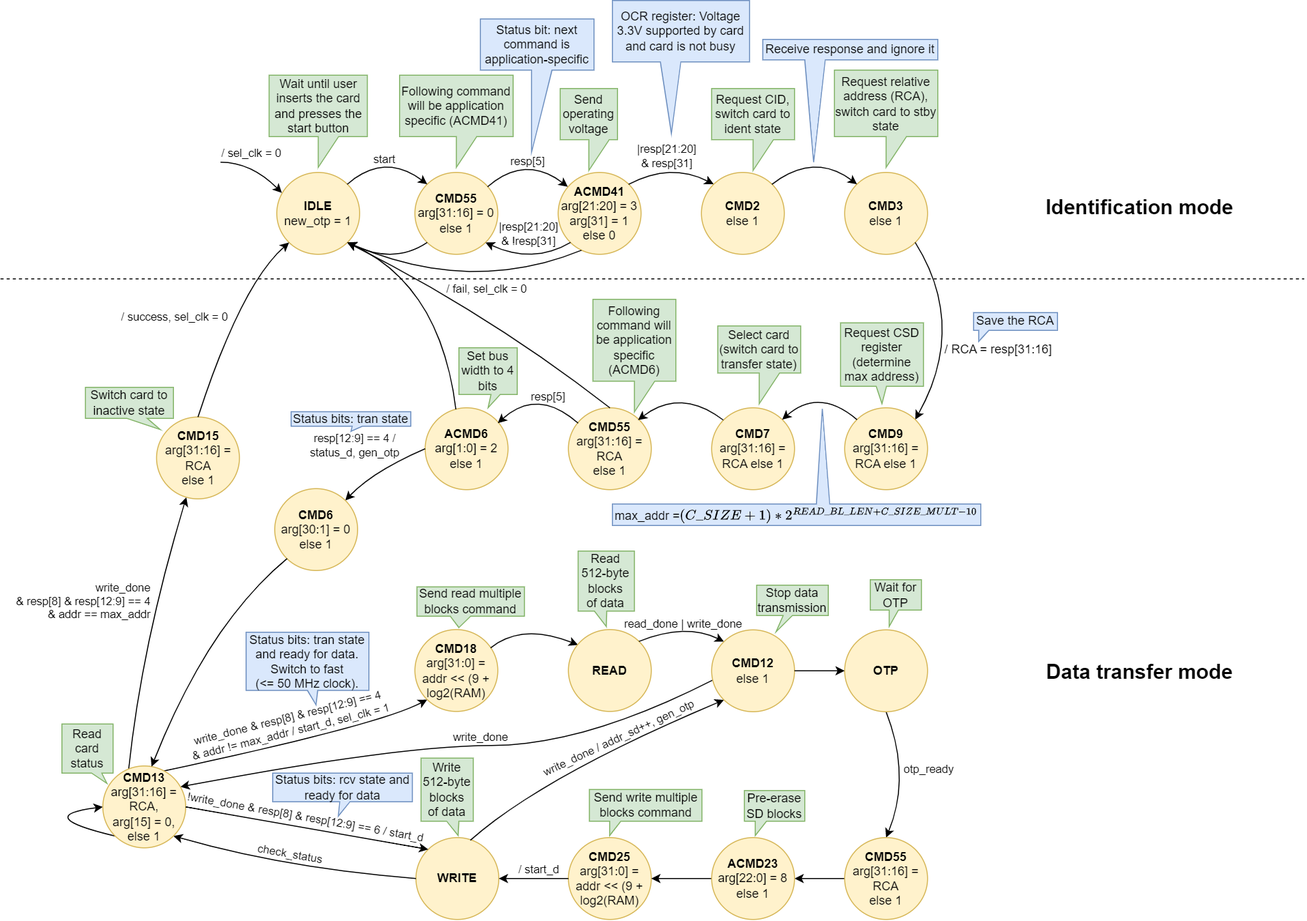
Earlier version of the draw.io export docs/SD/SD_fpga_states.png (sirazenkov/GhostSD). Source tidied: cells renumbered, new cells last; positions are measured from the earlier drawing's top-left corner, leaving out a move shared by most shapes.
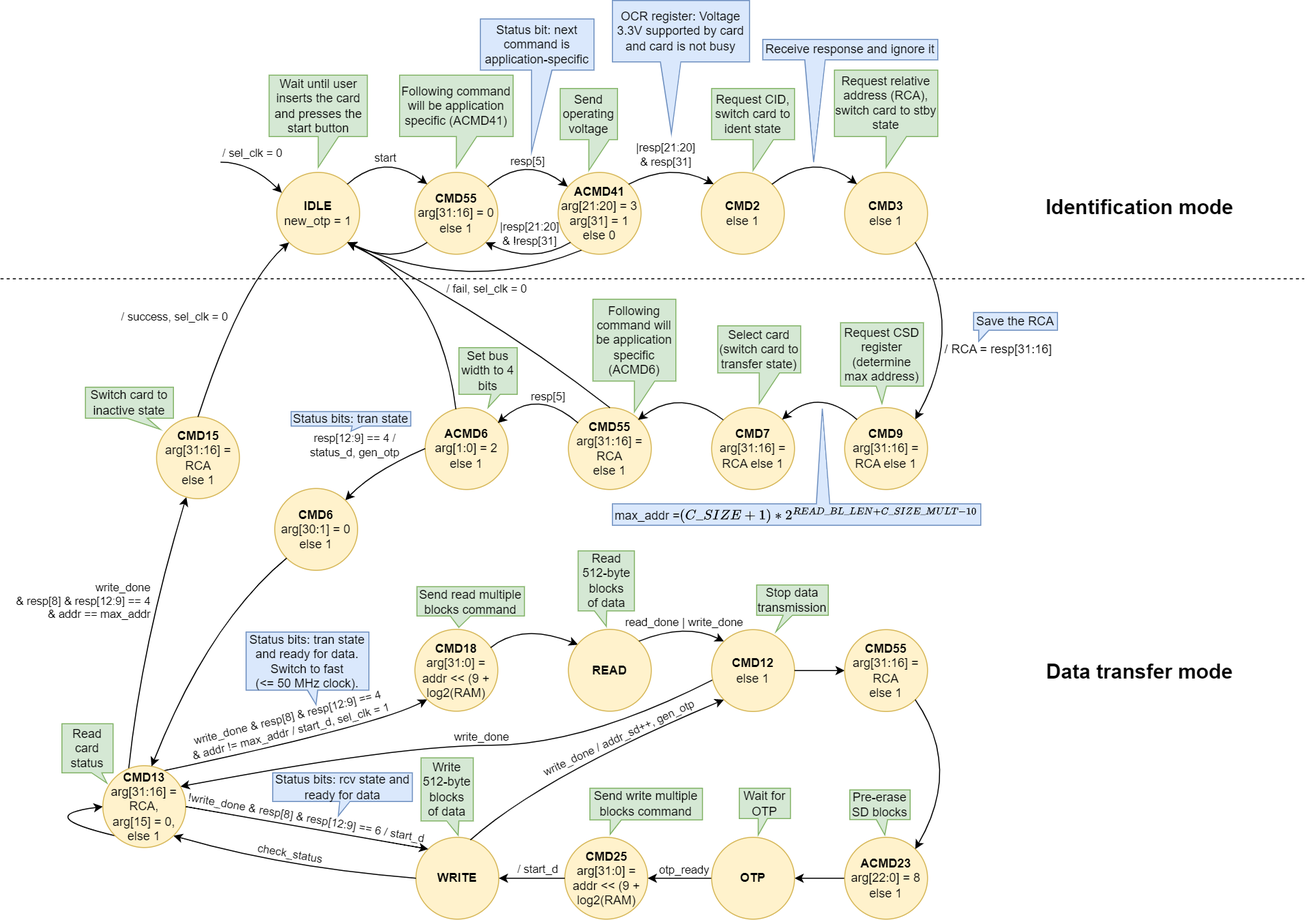
After the change.

Commit message:
Placed OTP waiting after pre-erase commands

Diff of the diagram source:
```diff
@@ -154,7 +154,7 @@
       </mxGeometry>
     </mxCell>
     <mxCell id="30" value="&lt;b&gt;CMD25&lt;/b&gt;&lt;br&gt;arg[31:0] = addr &amp;lt;&amp;lt; (9 + log2(RAM)" style="ellipse;whiteSpace=wrap;html=1;fillColor=#fff2cc;strokeColor=#d6b656;" parent="1" vertex="1">
-      <mxGeometry x="555" y="818" width="81" height="80" as="geometry" />
+      <mxGeometry x="551.5" y="818" width="81" height="80" as="geometry" />
     </mxCell>
     <mxCell id="31" style="curved=1;endArrow=classic;html=1;rounded=0;entryX=0;entryY=0;entryDx=0;entryDy=0;exitX=0.913;exitY=0.223;exitDx=0;exitDy=0;exitPerimeter=0;" parent="1" edge="1" source="27">
       <mxGeometry relative="1" as="geometry">
@@ -240,7 +240,7 @@
       <mxGeometry x="407" y="573" width="105" height="39.7" as="geometry" />
     </mxCell>
     <mxCell id="46" value="Send write multiple blocks command" style="shape=callout;whiteSpace=wrap;html=1;perimeter=calloutPerimeter;fillColor=#d5e8d4;strokeColor=#82b366;size=14;position=0.18;position2=0.18;base=11;" parent="1" vertex="1">
-      <mxGeometry x="575.5" y="771" width="110" height="45" as="geometry" />
+      <mxGeometry x="576" y="770" width="110" height="45" as="geometry" />
     </mxCell>
     <mxCell id="47" value="Switch card to inactive state" style="shape=callout;whiteSpace=wrap;html=1;perimeter=calloutPerimeter;fillColor=#d5e8d4;strokeColor=#82b366;position2=0.85;base=20;size=11;position=0.47;" parent="1" vertex="1">
       <mxGeometry x="83" y="378" width="86" height="41.2" as="geometry" />
@@ -347,18 +347,6 @@
     <mxCell id="74" value="Select card&lt;br&gt;(switch card to transfer state)" style="shape=callout;whiteSpace=wrap;html=1;perimeter=calloutPerimeter;fillColor=#d5e8d4;strokeColor=#82b366;" parent="1" vertex="1">
       <mxGeometry x="701" y="318" width="81" height="76" as="geometry" />
     </mxCell>
-    <mxCell id="75" style="curved=1;endArrow=none;html=1;rounded=0;entryX=0.5;entryY=1;entryDx=0;entryDy=0;startArrow=classic;startFill=1;endFill=0;exitX=0.5;exitY=0;exitDx=0;exitDy=0;" parent="1" edge="1" source="89" target="82">
-      <mxGeometry relative="1" as="geometry">
-        <Array as="points">
-          <mxPoint x="890" y="758" />
-        </Array>
-      </mxGeometry>
-    </mxCell>
-    <mxCell id="76" value="otp_ready" style="edgeLabel;html=1;align=center;verticalAlign=middle;labelBackgroundColor=none;" parent="75" vertex="1">
-      <mxGeometry x="-0.33" y="2" relative="1" as="geometry">
-        <mxPoint x="26" y="-26" as="offset" />
-      </mxGeometry>
-    </mxCell>
     <mxCell id="77" style="curved=1;endArrow=classic;html=1;rounded=0;exitX=0.657;exitY=0.032;exitDx=0;exitDy=0;entryX=0;entryY=1;entryDx=0;entryDy=0;exitPerimeter=0;" parent="1" edge="1" source="65" target="81">
       <mxGeometry relative="1" as="geometry">
         <Array as="points">
@@ -380,9 +368,6 @@
     <mxCell id="81" value="&lt;b&gt;CMD12&lt;/b&gt;&lt;br&gt;else 1" style="ellipse;whiteSpace=wrap;html=1;fillColor=#fff2cc;strokeColor=#d6b656;" parent="1" vertex="1">
       <mxGeometry x="695" y="615" width="81" height="80" as="geometry" />
     </mxCell>
-    <mxCell id="82" value="&lt;b&gt;OTP&lt;/b&gt;" style="ellipse;whiteSpace=wrap;html=1;fillColor=#fff2cc;strokeColor=#d6b656;" parent="1" vertex="1">
-      <mxGeometry x="825" y="615" width="81" height="80" as="geometry" />
-    </mxCell>
     <mxCell id="83" style="curved=1;endArrow=none;html=1;rounded=0;entryX=0;entryY=0.5;entryDx=0;entryDy=0;startArrow=classic;startFill=1;endFill=0;exitX=1;exitY=1;exitDx=0;exitDy=0;" parent="1" edge="1" source="87" target="65">
       <mxGeometry relative="1" as="geometry">
         <Array as="points">
@@ -402,26 +387,22 @@
         </Array>
       </mxGeometry>
     </mxCell>
-    <mxCell id="86" style="curved=1;endArrow=classic;html=1;rounded=0;exitX=1;exitY=0.5;exitDx=0;exitDy=0;entryX=0;entryY=0.5;entryDx=0;entryDy=0;" parent="1" edge="1" source="81" target="82">
-      <mxGeometry relative="1" as="geometry" />
+    <mxCell id="86" style="curved=1;endArrow=classic;html=1;rounded=0;exitX=1;exitY=0.5;exitDx=0;exitDy=0;entryX=0;entryY=0.5;entryDx=0;entryDy=0;" parent="1" edge="1" source="81">
+      <mxGeometry relative="1" as="geometry">
+        <mxPoint x="825" y="655" as="targetPoint" />
+      </mxGeometry>
     </mxCell>
     <mxCell id="87" value="&lt;b&gt;CMD13&lt;br&gt;&lt;/b&gt;arg[31:16] = RCA,&lt;br&gt;arg[15] = 0, else 1&lt;b&gt;&lt;br&gt;&lt;/b&gt;" style="ellipse;whiteSpace=wrap;html=1;fillColor=#fff2cc;strokeColor=#d6b656;" parent="1" vertex="1">
       <mxGeometry x="100" y="748" width="81" height="80" as="geometry" />
     </mxCell>
-    <mxCell id="88" style="edgeStyle=orthogonalEdgeStyle;rounded=0;jettySize=auto;html=1;" parent="1" edge="1" source="89" target="91">
-      <mxGeometry relative="1" as="geometry" />
-    </mxCell>
-    <mxCell id="89" value="&lt;b&gt;CMD55&lt;/b&gt;&lt;br&gt;arg[31:16] = RCA&lt;br&gt;else 1" style="ellipse;whiteSpace=wrap;html=1;fillColor=#fff2cc;strokeColor=#d6b656;" parent="1" vertex="1">
-      <mxGeometry x="825" y="818" width="81" height="80" as="geometry" />
-    </mxCell>
-    <mxCell id="90" style="edgeStyle=orthogonalEdgeStyle;rounded=0;jettySize=auto;html=1;entryX=1;entryY=0.5;entryDx=0;entryDy=0;" parent="1" edge="1" source="91" target="30">
+    <mxCell id="90" style="edgeStyle=orthogonalEdgeStyle;rounded=0;jettySize=auto;html=1;entryX=1;entryY=0.5;entryDx=0;entryDy=0;" parent="1" edge="1" source="91" target="82">
       <mxGeometry relative="1" as="geometry" />
     </mxCell>
     <mxCell id="91" value="&lt;b&gt;ACMD23&lt;/b&gt;&lt;br&gt;arg[22:0] = 8&lt;br&gt;else 1" style="ellipse;whiteSpace=wrap;html=1;fillColor=#fff2cc;strokeColor=#d6b656;" parent="1" vertex="1">
-      <mxGeometry x="695" y="818" width="81" height="80" as="geometry" />
+      <mxGeometry x="825" y="818" width="81" height="80" as="geometry" />
     </mxCell>
-    <mxCell id="92" value="Pre-erase SD blocks" style="shape=callout;whiteSpace=wrap;html=1;perimeter=calloutPerimeter;fillColor=#d5e8d4;strokeColor=#82b366;size=14;position=0.18;position2=0.18;base=11;" parent="1" vertex="1">
-      <mxGeometry x="727" y="772" width="59" height="44" as="geometry" />
+    <mxCell id="92" value="Pre-erase SD blocks" style="shape=callout;whiteSpace=wrap;html=1;perimeter=calloutPerimeter;fillColor=#d5e8d4;strokeColor=#82b366;size=15;position=0.44;position2=0.58;base=11;" parent="1" vertex="1">
+      <mxGeometry x="830" y="771.7" width="59" height="44" as="geometry" />
     </mxCell>
     <mxCell id="93" style="curved=1;endArrow=none;html=1;rounded=0;startArrow=classic;startFill=1;endFill=0;exitX=0;exitY=0;exitDx=0;exitDy=0;entryX=1;entryY=0.5;entryDx=0;entryDy=0;" parent="1" edge="1" source="65" target="87">
       <mxGeometry relative="1" as="geometry" />
@@ -437,9 +418,6 @@
     <mxCell id="96" value="Read card status" style="shape=callout;whiteSpace=wrap;html=1;perimeter=calloutPerimeter;fillColor=#d5e8d4;strokeColor=#82b366;size=10;position=0.58;position2=0.88;base=10;" parent="1" vertex="1">
       <mxGeometry x="60" y="707" width="50" height="58" as="geometry" />
     </mxCell>
-    <mxCell id="97" value="Wait for OTP" style="shape=callout;whiteSpace=wrap;html=1;perimeter=calloutPerimeter;fillColor=#d5e8d4;strokeColor=#82b366;size=16;position=0.37;position2=0.37;base=9;" parent="1" vertex="1">
-      <mxGeometry x="850" y="566" width="50" height="45.7" as="geometry" />
-    </mxCell>
     <mxCell id="98" value="Status bits: tran state and ready for data.&lt;br&gt;Switch to fast&lt;br style=&quot;border-color: var(--border-color);&quot;&gt;(&amp;lt;= 50 MHz clock)." style="shape=callout;whiteSpace=wrap;html=1;perimeter=calloutPerimeter;fillColor=#dae8fc;strokeColor=#6c8ebf;size=14;position=0.5;position2=0.57;base=10;" parent="1" vertex="1">
       <mxGeometry x="240" y="617.2" width="120" height="71" as="geometry" />
     </mxCell>
@@ -456,5 +434,29 @@
     <mxCell id="101" value="max_addr =\(&lt;br style=&quot;border-color: var(--border-color);&quot;&gt;(C\_SIZE+1)*2^{READ\_BL\_LEN+C\_SIZE\_MULT-10}\)" style="text;html=1;strokeColor=none;fillColor=none;align=center;verticalAlign=middle;whiteSpace=wrap;rounded=0;" parent="1" vertex="1">
       <mxGeometry x="598" y="492" width="360" height="21" as="geometry" />
     </mxCell>
+    <mxCell id="102" style="curved=1;endArrow=none;html=1;rounded=0;entryX=0;entryY=0.5;entryDx=0;entryDy=0;startArrow=classic;startFill=1;endFill=0;exitX=1;exitY=0.5;exitDx=0;exitDy=0;" parent="1" edge="1" source="30" target="82">
+      <mxGeometry relative="1" as="geometry" />
+    </mxCell>
+    <mxCell id="76" value="otp_ready" style="edgeLabel;html=1;align=center;verticalAlign=middle;labelBackgroundColor=none;" parent="102" vertex="1">
+      <mxGeometry x="-0.33" y="2" relative="1" as="geometry">
+        <mxPoint x="14" y="-7" as="offset" />
+      </mxGeometry>
+    </mxCell>
+    <mxCell id="82" value="&lt;b&gt;OTP&lt;/b&gt;" style="ellipse;whiteSpace=wrap;html=1;fillColor=#fff2cc;strokeColor=#d6b656;" parent="1" vertex="1">
+      <mxGeometry x="695" y="818" width="81" height="80" as="geometry" />
+    </mxCell>
+    <mxCell id="97" value="Wait for OTP" style="shape=callout;whiteSpace=wrap;html=1;perimeter=calloutPerimeter;fillColor=#d5e8d4;strokeColor=#82b366;size=16;position=0.37;position2=0.37;base=9;" parent="1" vertex="1">
+      <mxGeometry x="722" y="770" width="50" height="45.7" as="geometry" />
+    </mxCell>
+    <mxCell id="89" value="&lt;b&gt;CMD55&lt;/b&gt;&lt;br&gt;arg[31:16] = RCA&lt;br&gt;else 1" style="ellipse;whiteSpace=wrap;html=1;fillColor=#fff2cc;strokeColor=#d6b656;" parent="1" vertex="1">
+      <mxGeometry x="825" y="615" width="81" height="80" as="geometry" />
+    </mxCell>
+    <mxCell id="88" style="curved=1;endArrow=classic;html=1;rounded=0;exitX=1;exitY=1;exitDx=0;exitDy=0;entryX=1;entryY=0;entryDx=0;entryDy=0;" parent="1" edge="1" source="89" target="91">
+      <mxGeometry relative="1" as="geometry">
+        <Array as="points">
+          <mxPoint x="940" y="750" />
+        </Array>
+      </mxGeometry>
+    </mxCell>
   </root>
 </mxGraphModel>
```
